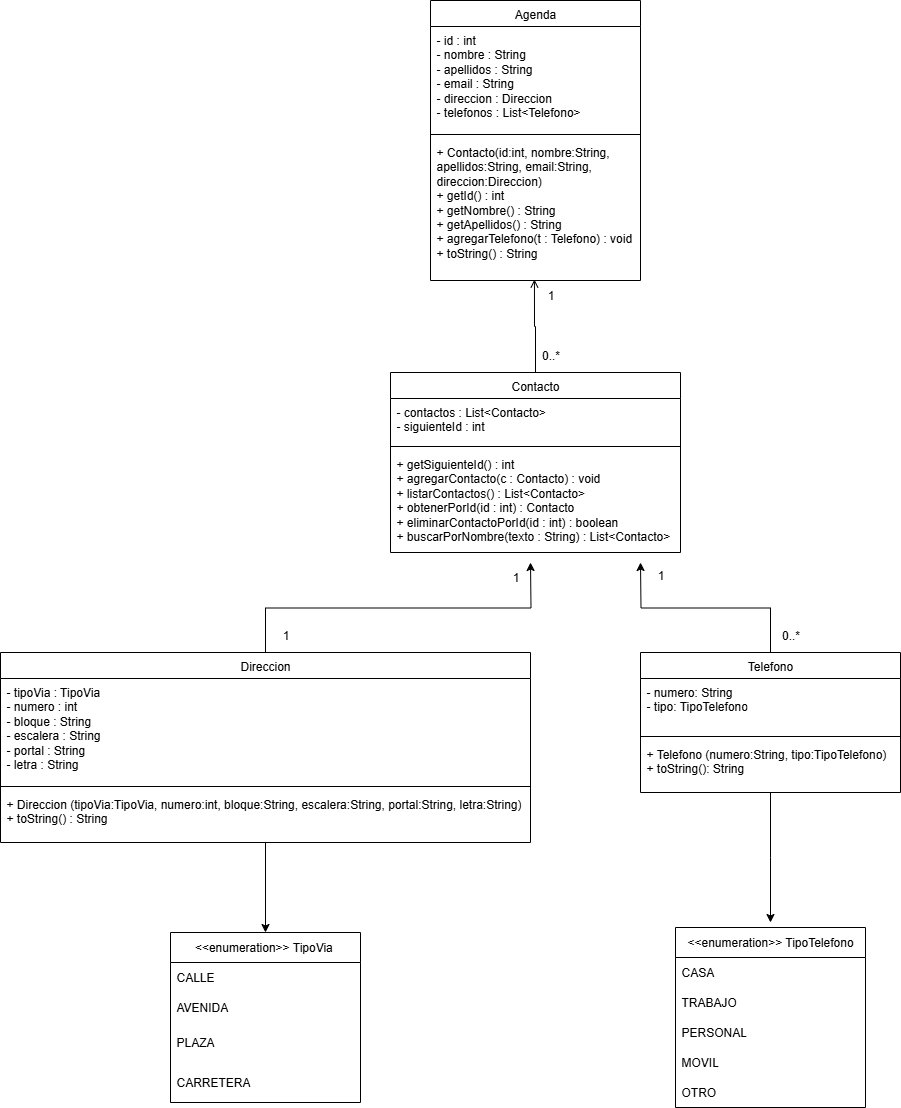
jbarrod267/P02IngenieriaInversa keeps this draw.io diagram as assets/P02IngenieriaInversa.png. Above is the earlier version. Source tidied: cells renumbered, new cells last; positions are measured from the earlier drawing's top-left corner, leaving out a move shared by most shapes. The source it was exported from:
```xml
<mxGraphModel>
  <root>
    <mxCell id="0" />
    <mxCell id="1" parent="0" />
    <mxCell id="2" value="&amp;lt;&amp;lt;enumeration&amp;gt;&amp;gt; TipoTelefono" style="swimlane;fontStyle=0;horizontal=1;startSize=30;whiteSpace=wrap;html=1;" parent="1" vertex="1">
      <mxGeometry x="675" y="927" width="190" height="180" as="geometry" />
    </mxCell>
    <mxCell id="3" value="CASA" style="text;strokeColor=none;fillColor=none;align=left;verticalAlign=middle;spacingLeft=4;spacingRight=4;overflow=hidden;whiteSpace=wrap;html=1;" parent="2" vertex="1">
      <mxGeometry y="30" width="190" height="30" as="geometry" />
    </mxCell>
    <mxCell id="4" value="TRABAJO" style="text;strokeColor=none;fillColor=none;align=left;verticalAlign=middle;spacingLeft=4;spacingRight=4;overflow=hidden;whiteSpace=wrap;html=1;" parent="2" vertex="1">
      <mxGeometry y="60" width="190" height="30" as="geometry" />
    </mxCell>
    <mxCell id="5" value="PERSONAL" style="text;strokeColor=none;fillColor=none;align=left;verticalAlign=middle;spacingLeft=4;spacingRight=4;overflow=hidden;whiteSpace=wrap;html=1;" parent="2" vertex="1">
      <mxGeometry y="90" width="190" height="30" as="geometry" />
    </mxCell>
    <mxCell id="6" value="MOVIL" style="text;strokeColor=none;fillColor=none;align=left;verticalAlign=middle;spacingLeft=4;spacingRight=4;overflow=hidden;whiteSpace=wrap;html=1;" parent="2" vertex="1">
      <mxGeometry y="120" width="190" height="30" as="geometry" />
    </mxCell>
    <mxCell id="7" value="OTRO" style="text;strokeColor=none;fillColor=none;align=left;verticalAlign=middle;spacingLeft=4;spacingRight=4;overflow=hidden;whiteSpace=wrap;html=1;" parent="2" vertex="1">
      <mxGeometry y="150" width="190" height="30" as="geometry" />
    </mxCell>
    <mxCell id="8" value="&amp;lt;&amp;lt;enumeration&amp;gt;&amp;gt; TipoVia&amp;nbsp;" style="swimlane;fontStyle=0;horizontal=1;startSize=30;whiteSpace=wrap;html=1;" parent="1" vertex="1">
      <mxGeometry x="170" y="932" width="190" height="170" as="geometry" />
    </mxCell>
    <mxCell id="9" value="CALLE" style="text;strokeColor=none;fillColor=none;align=left;verticalAlign=middle;spacingLeft=4;spacingRight=4;overflow=hidden;whiteSpace=wrap;html=1;" parent="8" vertex="1">
      <mxGeometry y="30" width="190" height="30" as="geometry" />
    </mxCell>
    <mxCell id="10" value="AVENIDA" style="text;strokeColor=none;fillColor=none;align=left;verticalAlign=middle;spacingLeft=4;spacingRight=4;overflow=hidden;whiteSpace=wrap;html=1;" parent="8" vertex="1">
      <mxGeometry y="60" width="190" height="30" as="geometry" />
    </mxCell>
    <mxCell id="11" value="PLAZA" style="text;strokeColor=none;fillColor=none;align=left;verticalAlign=middle;spacingLeft=4;spacingRight=4;overflow=hidden;whiteSpace=wrap;html=1;" parent="8" vertex="1">
      <mxGeometry y="90" width="190" height="40" as="geometry" />
    </mxCell>
    <mxCell id="12" value="CARRETERA" style="text;strokeColor=none;fillColor=none;align=left;verticalAlign=middle;spacingLeft=4;spacingRight=4;overflow=hidden;whiteSpace=wrap;html=1;" parent="8" vertex="1">
      <mxGeometry y="130" width="190" height="40" as="geometry" />
    </mxCell>
    <mxCell id="13" style="edgeStyle=orthogonalEdgeStyle;rounded=0;jettySize=auto;html=1;" parent="1" edge="1" source="15">
      <mxGeometry relative="1" as="geometry">
        <mxPoint x="640" y="562" as="targetPoint" />
      </mxGeometry>
    </mxCell>
    <mxCell id="14" style="edgeStyle=orthogonalEdgeStyle;rounded=0;jettySize=auto;html=1;" parent="1" edge="1" source="15">
      <mxGeometry relative="1" as="geometry">
        <mxPoint x="770" y="922" as="targetPoint" />
      </mxGeometry>
    </mxCell>
    <mxCell id="15" value="&lt;span style=&quot;font-weight: 400;&quot;&gt;Telefono&lt;/span&gt;" style="swimlane;fontStyle=1;align=center;verticalAlign=top;horizontal=1;startSize=26;whiteSpace=wrap;html=1;" parent="1" vertex="1">
      <mxGeometry x="640" y="652" width="260" height="140" as="geometry" />
    </mxCell>
    <mxCell id="16" value="- numero: String&lt;div&gt;- tipo: TipoTelefono&lt;/div&gt;" style="text;strokeColor=none;fillColor=none;align=left;verticalAlign=top;spacingLeft=4;spacingRight=4;overflow=hidden;whiteSpace=wrap;html=1;" parent="15" vertex="1">
      <mxGeometry y="26" width="260" height="54" as="geometry" />
    </mxCell>
    <mxCell id="17" style="line;strokeWidth=1;fillColor=none;align=left;verticalAlign=middle;spacingTop=-1;spacingLeft=3;spacingRight=3;labelPosition=right;strokeColor=inherit;" parent="15" vertex="1">
      <mxGeometry y="80" width="260" height="8" as="geometry" />
    </mxCell>
    <mxCell id="18" value="+ Telefono (numero:String, tipo:TipoTelefono)&lt;div&gt;+ toString(): String&lt;/div&gt;" style="text;strokeColor=none;fillColor=none;align=left;verticalAlign=top;spacingLeft=4;spacingRight=4;overflow=hidden;whiteSpace=wrap;html=1;" parent="15" vertex="1">
      <mxGeometry y="88" width="260" height="52" as="geometry" />
    </mxCell>
    <mxCell id="19" style="edgeStyle=orthogonalEdgeStyle;rounded=0;jettySize=auto;html=1;" parent="1" edge="1" source="21">
      <mxGeometry relative="1" as="geometry">
        <mxPoint x="530" y="562" as="targetPoint" />
      </mxGeometry>
    </mxCell>
    <mxCell id="20" style="edgeStyle=orthogonalEdgeStyle;rounded=0;jettySize=auto;html=1;entryX=0.5;entryY=0;entryDx=0;entryDy=0;" parent="1" edge="1" source="21" target="8">
      <mxGeometry relative="1" as="geometry" />
    </mxCell>
    <mxCell id="21" value="&lt;span style=&quot;font-weight: 400;&quot;&gt;Direccion&lt;/span&gt;" style="swimlane;fontStyle=1;align=center;verticalAlign=top;horizontal=1;startSize=26;whiteSpace=wrap;html=1;" parent="1" vertex="1">
      <mxGeometry y="652" width="530" height="190" as="geometry" />
    </mxCell>
    <mxCell id="22" value="&lt;div&gt;- tipoVia : TipoVia&lt;/div&gt;&lt;div&gt;- numero : int&lt;/div&gt;&lt;div&gt;- bloque : String&lt;/div&gt;&lt;div&gt;- escalera : String&lt;/div&gt;&lt;div&gt;- portal : String&lt;/div&gt;&lt;div&gt;- letra : String&lt;/div&gt;" style="text;strokeColor=none;fillColor=none;align=left;verticalAlign=top;spacingLeft=4;spacingRight=4;overflow=hidden;whiteSpace=wrap;html=1;" parent="21" vertex="1">
      <mxGeometry y="26" width="530" height="104" as="geometry" />
    </mxCell>
    <mxCell id="23" style="line;strokeWidth=1;fillColor=none;align=left;verticalAlign=middle;spacingTop=-1;spacingLeft=3;spacingRight=3;labelPosition=right;strokeColor=inherit;" parent="21" vertex="1">
      <mxGeometry y="130" width="530" height="8" as="geometry" />
    </mxCell>
    <mxCell id="24" value="&lt;div&gt;+ Direccion (tipoVia:TipoVia, numero:int, bloque:String, escalera:String, portal:String, letra:String)&lt;/div&gt;&lt;div&gt;+ toString() : String&lt;/div&gt;" style="text;strokeColor=none;fillColor=none;align=left;verticalAlign=top;spacingLeft=4;spacingRight=4;overflow=hidden;whiteSpace=wrap;html=1;" parent="21" vertex="1">
      <mxGeometry y="138" width="530" height="52" as="geometry" />
    </mxCell>
    <mxCell id="25" value="&lt;span style=&quot;font-weight: 400;&quot;&gt;Contacto&lt;/span&gt;" style="swimlane;fontStyle=1;align=center;verticalAlign=top;horizontal=1;startSize=26;whiteSpace=wrap;html=1;" parent="1" vertex="1">
      <mxGeometry x="390" y="372" width="290" height="180" as="geometry" />
    </mxCell>
    <mxCell id="26" value="&lt;div&gt;- contactos : List&amp;lt;Contacto&amp;gt;&lt;/div&gt;&lt;div&gt;- siguienteId : int&lt;/div&gt;" style="text;strokeColor=none;fillColor=none;align=left;verticalAlign=top;spacingLeft=4;spacingRight=4;overflow=hidden;whiteSpace=wrap;html=1;" parent="25" vertex="1">
      <mxGeometry y="26" width="290" height="44" as="geometry" />
    </mxCell>
    <mxCell id="27" style="line;strokeWidth=1;fillColor=none;align=left;verticalAlign=middle;spacingTop=-1;spacingLeft=3;spacingRight=3;labelPosition=right;strokeColor=inherit;" parent="25" vertex="1">
      <mxGeometry y="70" width="290" height="8" as="geometry" />
    </mxCell>
    <mxCell id="28" value="&lt;div&gt;+ getSiguienteId() : int&lt;/div&gt;&lt;div&gt;+ agregarContacto(c : Contacto) : void&lt;/div&gt;&lt;div&gt;+ listarContactos() : List&amp;lt;Contacto&amp;gt;&lt;/div&gt;&lt;div&gt;+ obtenerPorId(id : int) : Contacto&lt;/div&gt;&lt;div&gt;+ eliminarContactoPorId(id : int) : boolean&lt;/div&gt;&lt;div&gt;+ buscarPorNombre(texto : String) : List&amp;lt;Contacto&amp;gt;&lt;/div&gt;" style="text;strokeColor=none;fillColor=none;align=left;verticalAlign=top;spacingLeft=4;spacingRight=4;overflow=hidden;whiteSpace=wrap;html=1;" parent="25" vertex="1">
      <mxGeometry y="78" width="290" height="102" as="geometry" />
    </mxCell>
    <mxCell id="29" value="&lt;span style=&quot;font-weight: 400;&quot;&gt;Agenda&lt;/span&gt;" style="swimlane;fontStyle=1;align=center;verticalAlign=top;horizontal=1;startSize=26;whiteSpace=wrap;html=1;" parent="1" vertex="1">
      <mxGeometry x="430" width="210" height="280" as="geometry" />
    </mxCell>
    <mxCell id="30" value="&lt;div&gt;- id : int&lt;/div&gt;&lt;div&gt;- nombre : String&lt;/div&gt;&lt;div&gt;- apellidos : String&lt;/div&gt;&lt;div&gt;- email : String&lt;/div&gt;&lt;div&gt;- direccion : Direccion&lt;/div&gt;&lt;div&gt;- telefonos : List&amp;lt;Telefono&amp;gt;&lt;/div&gt;" style="text;strokeColor=none;fillColor=none;align=left;verticalAlign=top;spacingLeft=4;spacingRight=4;overflow=hidden;whiteSpace=wrap;html=1;" parent="29" vertex="1">
      <mxGeometry y="26" width="210" height="104" as="geometry" />
    </mxCell>
    <mxCell id="31" style="line;strokeWidth=1;fillColor=none;align=left;verticalAlign=middle;spacingTop=-1;spacingLeft=3;spacingRight=3;labelPosition=right;strokeColor=inherit;" parent="29" vertex="1">
      <mxGeometry y="130" width="210" height="8" as="geometry" />
    </mxCell>
    <mxCell id="32" value="&lt;div&gt;+ Contacto(id:int, nombre:String, apellidos:String, email:String, direccion:Direccion)&lt;/div&gt;&lt;div&gt;+ getId() : int&lt;/div&gt;&lt;div&gt;+ getNombre() : String&lt;/div&gt;&lt;div&gt;+ getApellidos() : String&lt;/div&gt;&lt;div&gt;+ agregarTelefono(t : Telefono) : void&lt;/div&gt;&lt;div&gt;+ toString() : String&lt;/div&gt;" style="text;strokeColor=none;fillColor=none;align=left;verticalAlign=top;spacingLeft=4;spacingRight=4;overflow=hidden;points=[[0,0.5],[1,0.5]];portConstraint=eastwest;whiteSpace=wrap;html=1;" parent="29" vertex="1">
      <mxGeometry y="138" width="210" height="142" as="geometry" />
    </mxCell>
    <mxCell id="33" style="edgeStyle=orthogonalEdgeStyle;rounded=0;jettySize=auto;html=1;entryX=0.495;entryY=0.993;entryDx=0;entryDy=0;entryPerimeter=0;endArrow=open;endFill=0;" parent="1" edge="1" source="25" target="32">
      <mxGeometry relative="1" as="geometry" />
    </mxCell>
    <mxCell id="34" value="1" style="text;html=1;align=center;verticalAlign=middle;strokeColor=none;fillColor=none;" parent="1" vertex="1">
      <mxGeometry x="535" y="280" width="30" height="30" as="geometry" />
    </mxCell>
    <mxCell id="35" value="0..*" style="text;html=1;align=center;verticalAlign=middle;strokeColor=none;fillColor=none;" parent="1" vertex="1">
      <mxGeometry x="530" y="340" width="40" height="30" as="geometry" />
    </mxCell>
    <mxCell id="36" value="1" style="text;html=1;align=center;verticalAlign=middle;strokeColor=none;fillColor=none;" parent="1" vertex="1">
      <mxGeometry x="500" y="562" width="30" height="30" as="geometry" />
    </mxCell>
    <mxCell id="37" value="1" style="text;html=1;align=center;verticalAlign=middle;strokeColor=none;fillColor=none;" parent="1" vertex="1">
      <mxGeometry x="270" y="620" width="30" height="30" as="geometry" />
    </mxCell>
    <mxCell id="38" value="1" style="text;html=1;align=center;verticalAlign=middle;strokeColor=none;fillColor=none;" parent="1" vertex="1">
      <mxGeometry x="645" y="560" width="30" height="30" as="geometry" />
    </mxCell>
    <mxCell id="39" value="0..*" style="text;html=1;align=center;verticalAlign=middle;strokeColor=none;fillColor=none;" parent="1" vertex="1">
      <mxGeometry x="770" y="620" width="40" height="30" as="geometry" />
    </mxCell>
  </root>
</mxGraphModel>
```
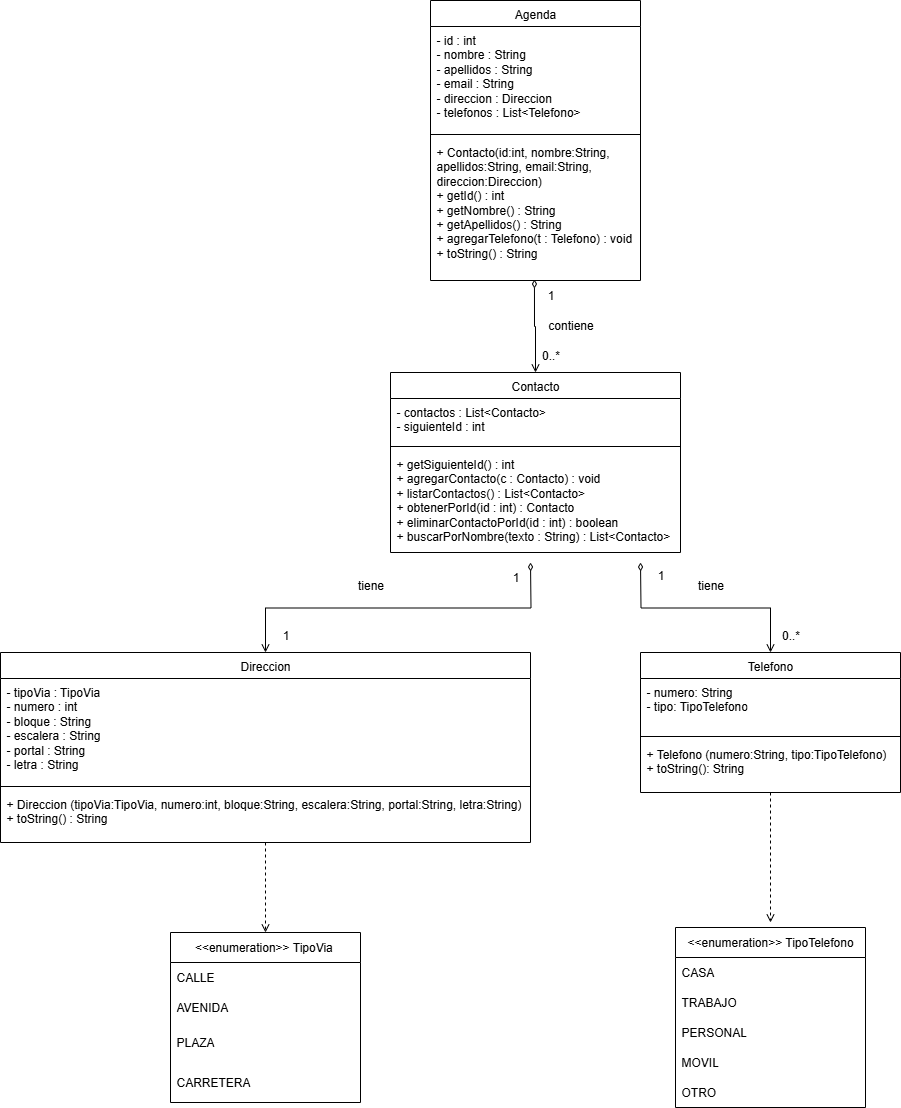
Above is the later version.

Commit message:
Envio corrección

What changed in the source:
```diff
@@ -35,12 +35,12 @@
     <mxCell id="12" value="CARRETERA" style="text;strokeColor=none;fillColor=none;align=left;verticalAlign=middle;spacingLeft=4;spacingRight=4;overflow=hidden;whiteSpace=wrap;html=1;" parent="8" vertex="1">
       <mxGeometry y="130" width="190" height="40" as="geometry" />
     </mxCell>
-    <mxCell id="13" style="edgeStyle=orthogonalEdgeStyle;rounded=0;jettySize=auto;html=1;" parent="1" edge="1" source="15">
+    <mxCell id="13" style="edgeStyle=orthogonalEdgeStyle;rounded=0;jettySize=auto;html=1;endArrow=diamondThin;endFill=0;startArrow=open;startFill=0;" parent="1" edge="1" source="15">
       <mxGeometry relative="1" as="geometry">
         <mxPoint x="640" y="562" as="targetPoint" />
       </mxGeometry>
     </mxCell>
-    <mxCell id="14" style="edgeStyle=orthogonalEdgeStyle;rounded=0;jettySize=auto;html=1;" parent="1" edge="1" source="15">
+    <mxCell id="14" style="edgeStyle=orthogonalEdgeStyle;rounded=0;jettySize=auto;html=1;endArrow=open;endFill=0;dashed=1;" parent="1" edge="1" source="15">
       <mxGeometry relative="1" as="geometry">
         <mxPoint x="770" y="922" as="targetPoint" />
       </mxGeometry>
@@ -57,12 +57,12 @@
     <mxCell id="18" value="+ Telefono (numero:String, tipo:TipoTelefono)&lt;div&gt;+ toString(): String&lt;/div&gt;" style="text;strokeColor=none;fillColor=none;align=left;verticalAlign=top;spacingLeft=4;spacingRight=4;overflow=hidden;whiteSpace=wrap;html=1;" parent="15" vertex="1">
       <mxGeometry y="88" width="260" height="52" as="geometry" />
     </mxCell>
-    <mxCell id="19" style="edgeStyle=orthogonalEdgeStyle;rounded=0;jettySize=auto;html=1;" parent="1" edge="1" source="21">
+    <mxCell id="19" style="edgeStyle=orthogonalEdgeStyle;rounded=0;jettySize=auto;html=1;startArrow=open;startFill=0;endArrow=diamondThin;endFill=0;" parent="1" edge="1" source="21">
       <mxGeometry relative="1" as="geometry">
         <mxPoint x="530" y="562" as="targetPoint" />
       </mxGeometry>
     </mxCell>
-    <mxCell id="20" style="edgeStyle=orthogonalEdgeStyle;rounded=0;jettySize=auto;html=1;entryX=0.5;entryY=0;entryDx=0;entryDy=0;" parent="1" edge="1" source="21" target="8">
+    <mxCell id="20" style="edgeStyle=orthogonalEdgeStyle;rounded=0;jettySize=auto;html=1;entryX=0.5;entryY=0;entryDx=0;entryDy=0;endArrow=open;endFill=0;dashed=1;" parent="1" edge="1" source="21" target="8">
       <mxGeometry relative="1" as="geometry" />
     </mxCell>
     <mxCell id="21" value="&lt;span style=&quot;font-weight: 400;&quot;&gt;Direccion&lt;/span&gt;" style="swimlane;fontStyle=1;align=center;verticalAlign=top;horizontal=1;startSize=26;whiteSpace=wrap;html=1;" parent="1" vertex="1">
@@ -101,7 +101,7 @@
     <mxCell id="32" value="&lt;div&gt;+ Contacto(id:int, nombre:String, apellidos:String, email:String, direccion:Direccion)&lt;/div&gt;&lt;div&gt;+ getId() : int&lt;/div&gt;&lt;div&gt;+ getNombre() : String&lt;/div&gt;&lt;div&gt;+ getApellidos() : String&lt;/div&gt;&lt;div&gt;+ agregarTelefono(t : Telefono) : void&lt;/div&gt;&lt;div&gt;+ toString() : String&lt;/div&gt;" style="text;strokeColor=none;fillColor=none;align=left;verticalAlign=top;spacingLeft=4;spacingRight=4;overflow=hidden;points=[[0,0.5],[1,0.5]];portConstraint=eastwest;whiteSpace=wrap;html=1;" parent="29" vertex="1">
       <mxGeometry y="138" width="210" height="142" as="geometry" />
     </mxCell>
-    <mxCell id="33" style="edgeStyle=orthogonalEdgeStyle;rounded=0;jettySize=auto;html=1;entryX=0.495;entryY=0.993;entryDx=0;entryDy=0;entryPerimeter=0;endArrow=open;endFill=0;" parent="1" edge="1" source="25" target="32">
+    <mxCell id="33" style="edgeStyle=orthogonalEdgeStyle;rounded=0;jettySize=auto;html=1;entryX=0.495;entryY=0.993;entryDx=0;entryDy=0;entryPerimeter=0;endArrow=diamondThin;endFill=0;startArrow=open;startFill=0;" parent="1" edge="1" source="25" target="32">
       <mxGeometry relative="1" as="geometry" />
     </mxCell>
     <mxCell id="34" value="1" style="text;html=1;align=center;verticalAlign=middle;strokeColor=none;fillColor=none;" parent="1" vertex="1">
@@ -122,5 +122,14 @@
     <mxCell id="39" value="0..*" style="text;html=1;align=center;verticalAlign=middle;strokeColor=none;fillColor=none;" parent="1" vertex="1">
       <mxGeometry x="770" y="620" width="40" height="30" as="geometry" />
     </mxCell>
+    <mxCell id="40" value="contiene" style="text;html=1;align=center;verticalAlign=middle;strokeColor=none;fillColor=none;" parent="1" vertex="1">
+      <mxGeometry x="535" y="310" width="70" height="30" as="geometry" />
+    </mxCell>
+    <mxCell id="41" value="tiene" style="text;html=1;align=center;verticalAlign=middle;strokeColor=none;fillColor=none;" parent="1" vertex="1">
+      <mxGeometry x="345" y="570" width="50" height="30" as="geometry" />
+    </mxCell>
+    <mxCell id="42" value="tiene" style="text;html=1;align=center;verticalAlign=middle;strokeColor=none;fillColor=none;" parent="1" vertex="1">
+      <mxGeometry x="685" y="570" width="50" height="30" as="geometry" />
+    </mxCell>
   </root>
 </mxGraphModel>
```
